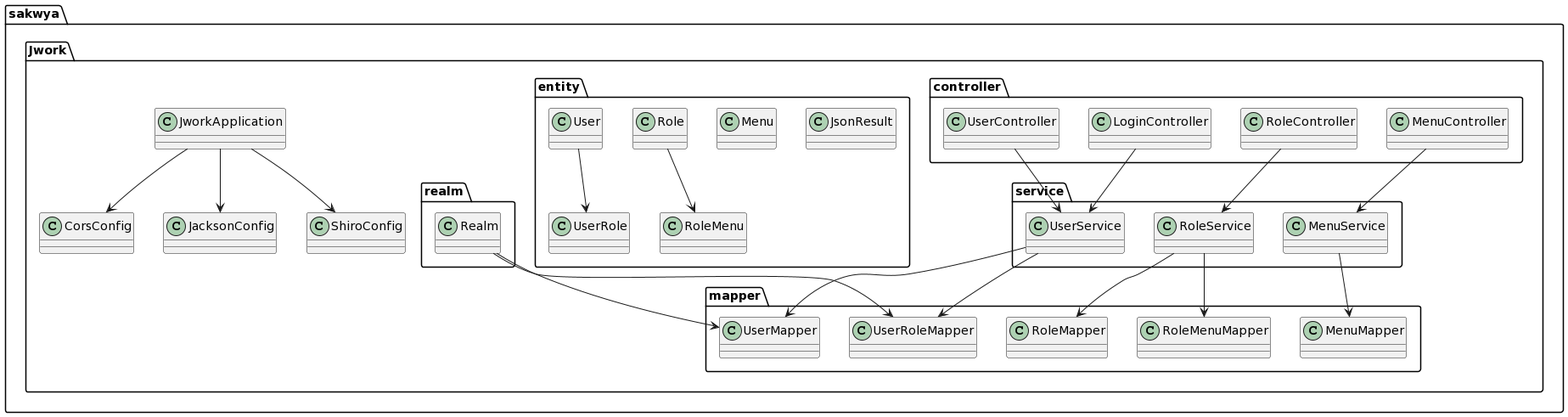
Before: 类图.png, a diagram exported from PlantUML (Sakwya/charts-plantxml).
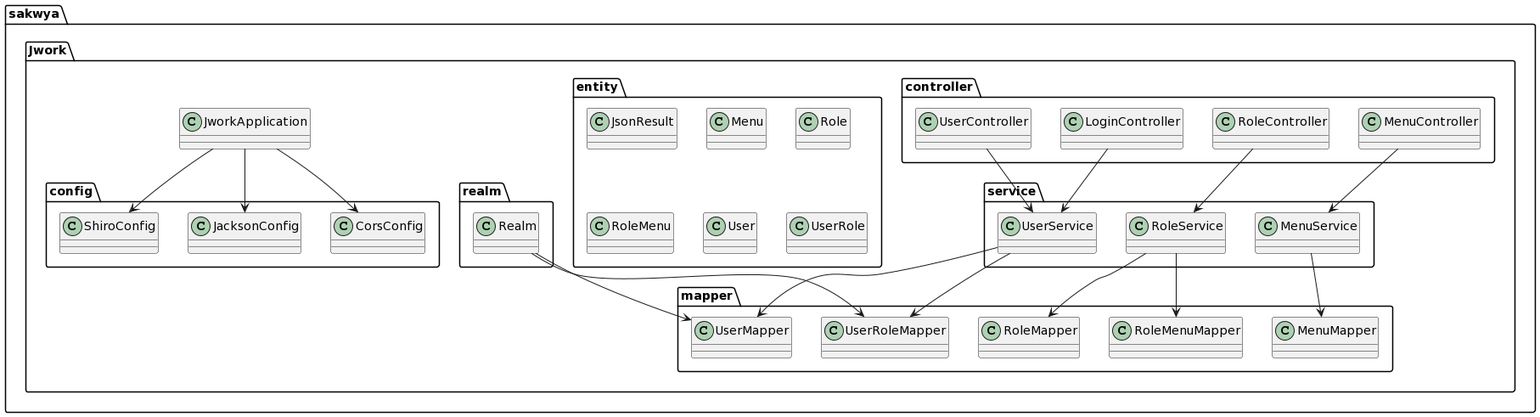
The same diagram one commit later.

The edit, as a diff of the source:
```diff
@@ -1,9 +1,11 @@
 @startuml
 package "sakwya.Jwork" {
     class JworkApplication
-    class CorsConfig
-    class JacksonConfig
-    class ShiroConfig
+    package "config"{
+        class CorsConfig
+        class JacksonConfig
+        class ShiroConfig
+    }
 
     package "controller" {
         class LoginController
@@ -29,14 +31,13 @@
         class UserRoleMapper
     }
 
-    package "realm" {
-        class Realm
-    }
-
     package "service" {
         class MenuService
         class RoleService
         class UserService
+    }
+    package "realm" {
+        class Realm
     }
 
     JworkApplication --> CorsConfig
@@ -48,9 +49,6 @@
     RoleController --> RoleService
     UserController --> UserService
 
-    Role --> RoleMenu
-    User --> UserRole
-
     MenuService --> MenuMapper
     RoleService --> RoleMapper
     RoleService --> RoleMenuMapper
```
